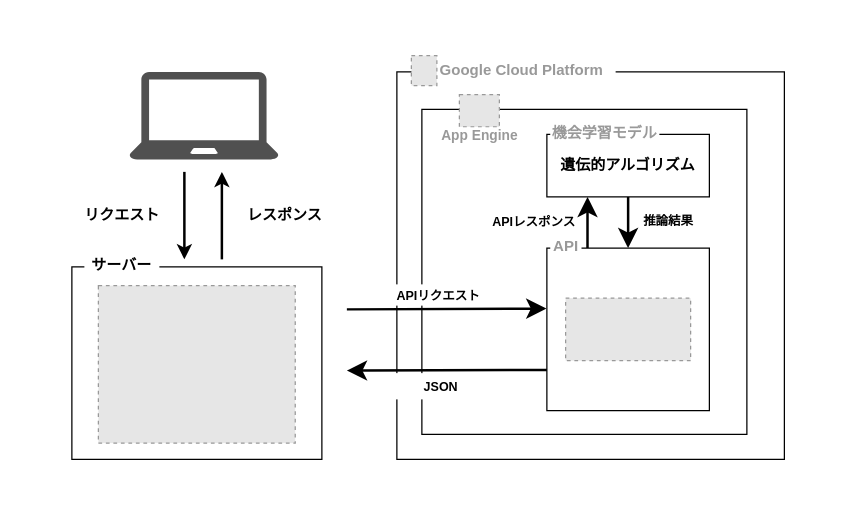
Above: Untitled Diagram.drawio in sekine617/test (draw.io), before the change. Source tidied: cells renumbered, new cells numbered last; positions are measured from the earlier drawing's top-left corner, leaving out a move shared by most shapes. Both pictures are drawn from the tidied source at 125%, with x=0, y=0 at pixel (21, 21). Pictures stored in the file or linked from it are replaced by grey dashed boxes.
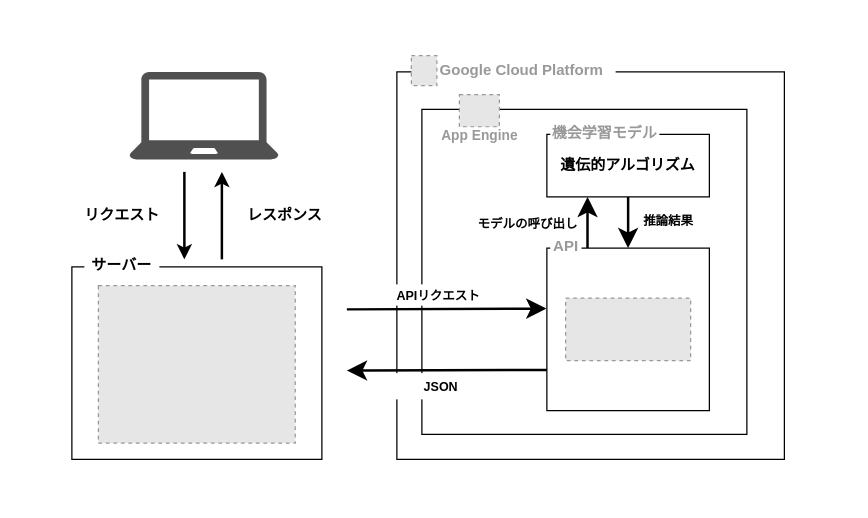
After the change.

The edit, as a diff of the source:
```diff
@@
-    <mxCell id="27" value="&lt;b style=&quot;font-size: 10px;&quot;&gt;APIレスポンス&lt;/b&gt;" style="rounded=0;labelBackgroundColor=default;whiteSpace=wrap;html=1;fontColor=default;strokeColor=none;fillColor=none;fontSize=10;" parent="1" vertex="1">
-      <mxGeometry x="360" y="145" width="100" height="30" as="geometry" />
+    <mxCell id="27" value="&lt;b style=&quot;font-size: 10px;&quot;&gt;モデルの呼び出し&lt;/b&gt;" style="rounded=0;labelBackgroundColor=default;whiteSpace=wrap;html=1;fontColor=default;strokeColor=none;fillColor=none;fontSize=10;" parent="1" vertex="1">
+      <mxGeometry x="355" y="146" width="100" height="30" as="geometry" />
     </mxCell>
```
